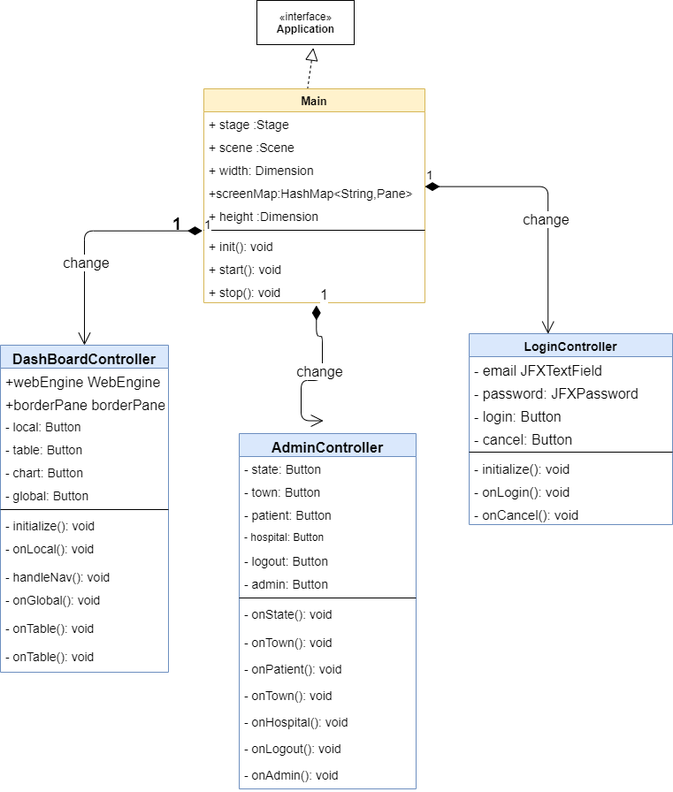
Above: diagram/Class_diagram.png in mgkyawmyotun/covid19userjava (draw.io), before the change. Source tidied: cells renumbered, new cells last; positions are measured from the earlier drawing's top-left corner, leaving out a move shared by most shapes.
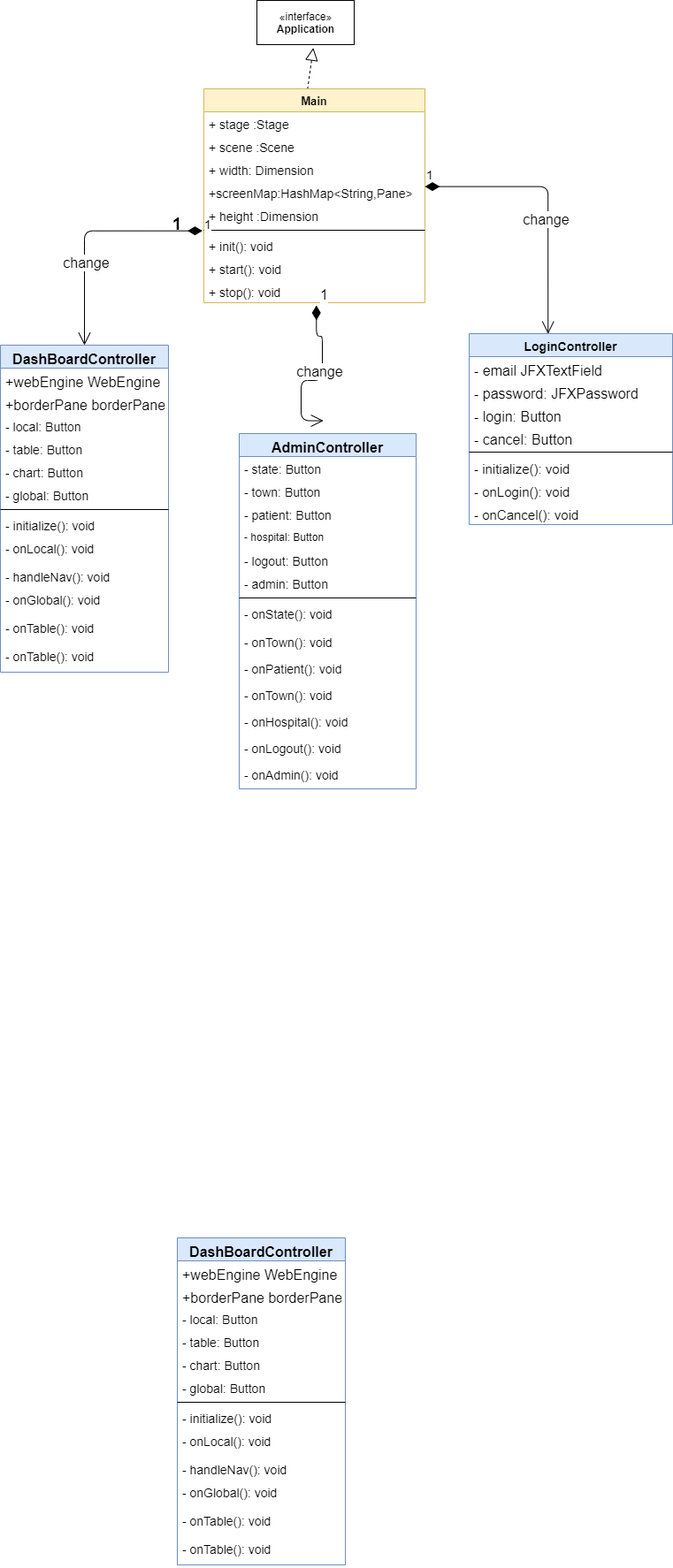
The same diagram one commit later.

Change to the diagram source:
```diff
@@ -180,5 +180,47 @@
     <mxCell id="58" value="- onAdmin(): void" style="text;strokeColor=none;fillColor=none;align=left;verticalAlign=top;spacingLeft=4;spacingRight=4;overflow=hidden;fontSize=14;" parent="44" vertex="1">
       <mxGeometry y="372" width="200" height="30" as="geometry" />
     </mxCell>
+    <mxCell id="59" value="DashBoardController" style="swimlane;fontStyle=1;align=center;verticalAlign=top;horizontal=1;startSize=26;rounded=0;shadow=0;strokeWidth=1;fontSize=16;fillColor=#dae8fc;strokeColor=#6c8ebf;" parent="1" vertex="1">
+      <mxGeometry x="200" y="1400" width="190" height="370" as="geometry" />
+    </mxCell>
+    <mxCell id="60" value="+webEngine WebEngine" style="text;align=left;verticalAlign=top;spacingLeft=4;spacingRight=4;overflow=hidden;fontSize=16;" parent="59" vertex="1">
+      <mxGeometry y="26" width="190" height="26" as="geometry" />
+    </mxCell>
+    <mxCell id="61" value="+borderPane borderPane" style="text;align=left;verticalAlign=top;spacingLeft=4;spacingRight=4;overflow=hidden;rounded=0;shadow=0;html=0;fontSize=16;" parent="59" vertex="1">
+      <mxGeometry y="52" width="190" height="26" as="geometry" />
+    </mxCell>
+    <mxCell id="62" value="- local: Button" style="text;strokeColor=none;fillColor=none;align=left;verticalAlign=top;spacingLeft=4;spacingRight=4;overflow=hidden;fontSize=14;" parent="59" vertex="1">
+      <mxGeometry y="78" width="190" height="26" as="geometry" />
+    </mxCell>
+    <mxCell id="63" value="- table: Button" style="text;strokeColor=none;fillColor=none;align=left;verticalAlign=top;spacingLeft=4;spacingRight=4;overflow=hidden;fontSize=14;" parent="59" vertex="1">
+      <mxGeometry y="104" width="190" height="26" as="geometry" />
+    </mxCell>
+    <mxCell id="64" value="- chart: Button" style="text;strokeColor=none;fillColor=none;align=left;verticalAlign=top;spacingLeft=4;spacingRight=4;overflow=hidden;fontSize=14;" parent="59" vertex="1">
+      <mxGeometry y="130" width="190" height="26" as="geometry" />
+    </mxCell>
+    <mxCell id="65" value="- global: Button" style="text;strokeColor=none;fillColor=none;align=left;verticalAlign=top;spacingLeft=4;spacingRight=4;overflow=hidden;fontSize=14;" parent="59" vertex="1">
+      <mxGeometry y="156" width="190" height="26" as="geometry" />
+    </mxCell>
+    <mxCell id="66" style="line;html=1;strokeWidth=1;align=left;verticalAlign=middle;spacingTop=-1;spacingLeft=3;spacingRight=3;labelPosition=right;" parent="59" vertex="1">
+      <mxGeometry y="182" width="190" height="8" as="geometry" />
+    </mxCell>
+    <mxCell id="67" value="- initialize(): void&#10;" style="text;strokeColor=none;fillColor=none;align=left;verticalAlign=top;spacingLeft=4;spacingRight=4;overflow=hidden;fontSize=14;" parent="59" vertex="1">
+      <mxGeometry y="190" width="190" height="26" as="geometry" />
+    </mxCell>
+    <mxCell id="68" value="- onLocal(): void" style="text;strokeColor=none;fillColor=none;align=left;verticalAlign=top;spacingLeft=4;spacingRight=4;overflow=hidden;fontSize=14;" parent="59" vertex="1">
+      <mxGeometry y="216" width="190" height="32" as="geometry" />
+    </mxCell>
+    <mxCell id="69" value="- handleNav(): void&#10;" style="text;strokeColor=none;fillColor=none;align=left;verticalAlign=top;spacingLeft=4;spacingRight=4;overflow=hidden;fontSize=14;" parent="59" vertex="1">
+      <mxGeometry y="248" width="190" height="26" as="geometry" />
+    </mxCell>
+    <mxCell id="70" value="- onGlobal(): void" style="text;strokeColor=none;fillColor=none;align=left;verticalAlign=top;spacingLeft=4;spacingRight=4;overflow=hidden;fontSize=14;" parent="59" vertex="1">
+      <mxGeometry y="274" width="190" height="32" as="geometry" />
+    </mxCell>
+    <mxCell id="71" value="- onTable(): void" style="text;strokeColor=none;fillColor=none;align=left;verticalAlign=top;spacingLeft=4;spacingRight=4;overflow=hidden;fontSize=14;" parent="59" vertex="1">
+      <mxGeometry y="306" width="190" height="32" as="geometry" />
+    </mxCell>
+    <mxCell id="72" value="- onTable(): void" style="text;strokeColor=none;fillColor=none;align=left;verticalAlign=top;spacingLeft=4;spacingRight=4;overflow=hidden;fontSize=14;" parent="59" vertex="1">
+      <mxGeometry y="338" width="190" height="32" as="geometry" />
+    </mxCell>
   </root>
 </mxGraphModel>
```
